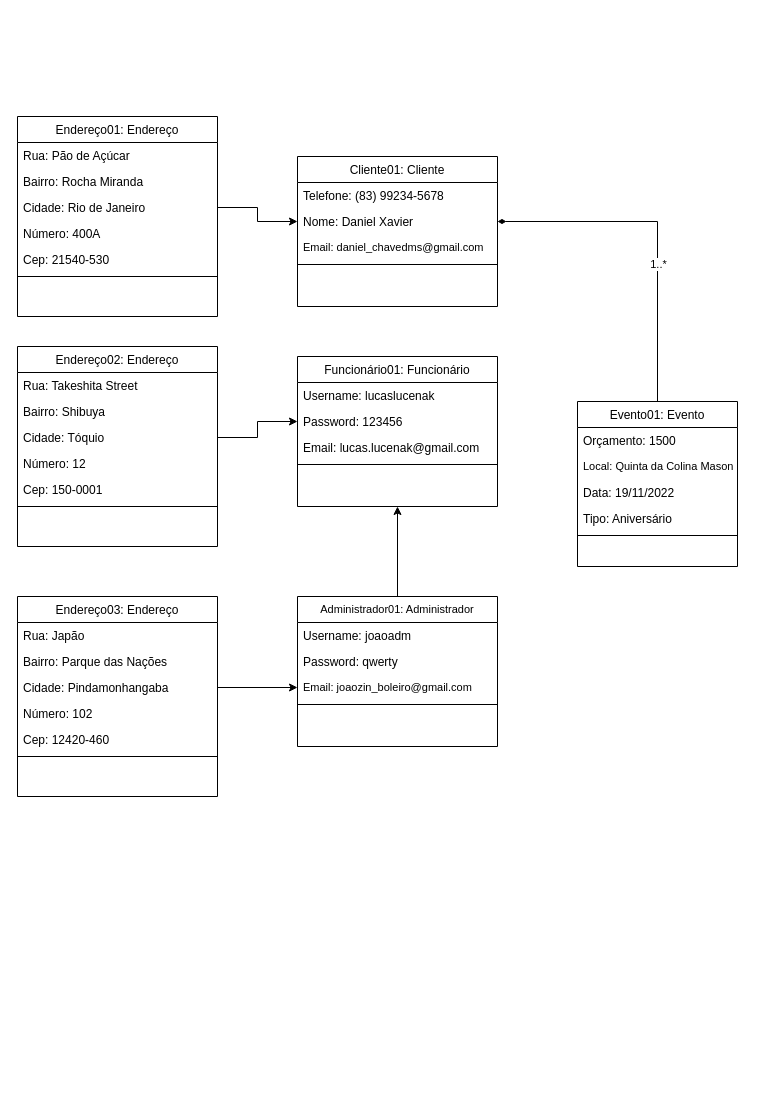
Above: 4° Período/Análise e Projeto de Sistemas (Janderson)/Atividade 02/Diagrama de Objetos (Buffet LuDa).drawio in lucaslucenak/cc-UEPB (draw.io), before the change. Source tidied: cells renumbered, new cells numbered last; positions are measured from the earlier drawing's top-left corner, leaving out a move shared by most shapes. Both pictures are drawn from the tidied source at 100%, with x=0, y=0 at pixel (17, 116).
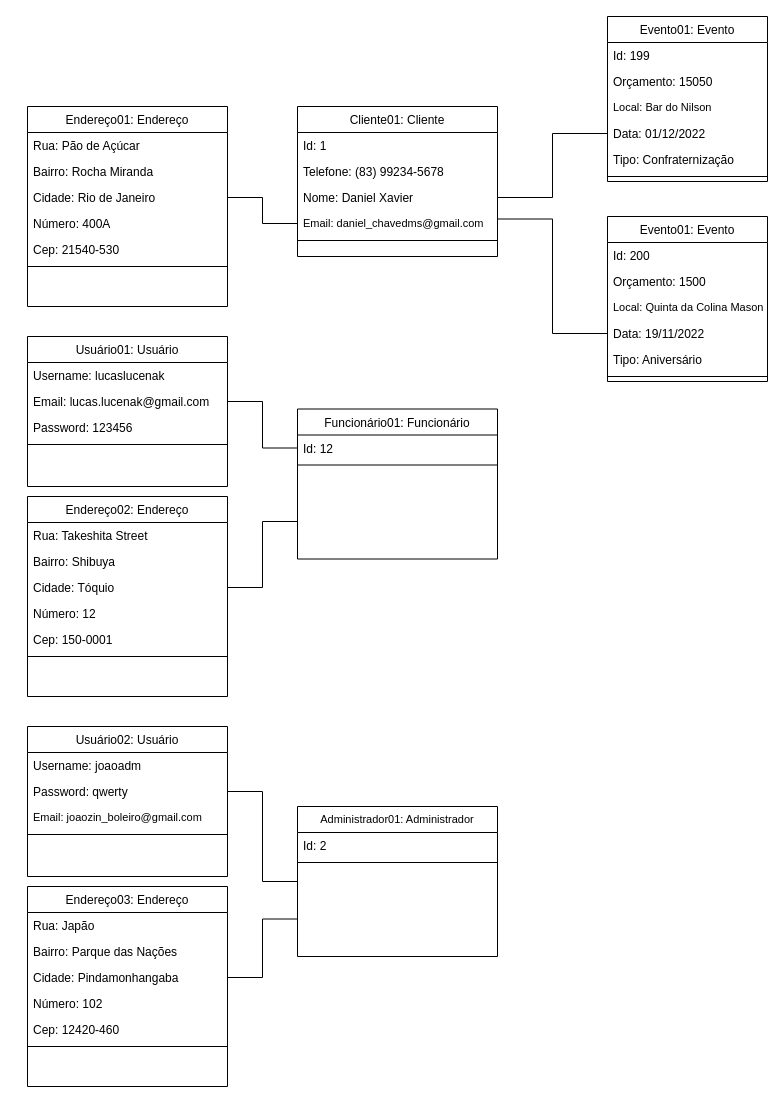
The same diagram, later.

The change refers to these unchanged cells:
```xml
<mxCell id="29" value="Cidade: Tóquio" style="text;align=left;verticalAlign=top;spacingLeft=4;spacingRight=4;overflow=hidden;points=[[0,0.5],[1,0.5]];portConstraint=eastwest;rounded=0;shadow=0;html=0;" parent="26" vertex="1">
  <mxGeometry y="78" width="200" height="26" as="geometry" />
</mxCell>
<mxCell id="36" value="Cidade: Pindamonhangaba" style="text;align=left;verticalAlign=top;spacingLeft=4;spacingRight=4;overflow=hidden;points=[[0,0.5],[1,0.5]];portConstraint=eastwest;rounded=0;shadow=0;html=0;" parent="33" vertex="1">
  <mxGeometry y="78" width="200" height="26" as="geometry" />
</mxCell>
<mxCell id="43" value="Cidade: Rio de Janeiro" style="text;align=left;verticalAlign=top;spacingLeft=4;spacingRight=4;overflow=hidden;points=[[0,0.5],[1,0.5]];portConstraint=eastwest;rounded=0;shadow=0;html=0;" parent="40" vertex="1">
  <mxGeometry y="78" width="200" height="26" as="geometry" />
</mxCell>
```

What changed in the source:
```diff
@@
     <mxCell id="2" value="Cliente01: Cliente" style="swimlane;fontStyle=0;align=center;verticalAlign=top;horizontal=1;startSize=26;rounded=0;shadow=0;strokeWidth=1;" parent="1" vertex="1">
-      <mxGeometry x="280" y="40" width="200" height="150" as="geometry" />
+      <mxGeometry x="280" y="-10" width="200" height="150" as="geometry" />
     </mxCell>
+    <mxCell id="50" value="Id: 1" style="text;align=left;verticalAlign=top;spacingLeft=4;spacingRight=4;overflow=hidden;rounded=0;shadow=0;html=0;" parent="2" vertex="1">
+      <mxGeometry y="26" width="200" height="26" as="geometry" />
+    </mxCell>
     <mxCell id="3" value="Telefone: (83) 99234-5678" style="text;align=left;verticalAlign=top;spacingLeft=4;spacingRight=4;overflow=hidden;rounded=0;shadow=0;html=0;" parent="2" vertex="1">
-      <mxGeometry y="26" width="200" height="26" as="geometry" />
+      <mxGeometry y="52" width="200" height="26" as="geometry" />
     </mxCell>
     <mxCell id="4" value="Nome: Daniel Xavier" style="text;align=left;verticalAlign=top;spacingLeft=4;spacingRight=4;overflow=hidden;points=[[0,0.5],[1,0.5]];portConstraint=eastwest;" parent="2" vertex="1">
-      <mxGeometry y="52" width="200" height="26" as="geometry" />
+      <mxGeometry y="78" width="200" height="26" as="geometry" />
     </mxCell>
     <mxCell id="5" value="Email: daniel_chavedms@gmail.com" style="text;align=left;verticalAlign=top;spacingLeft=4;spacingRight=4;overflow=hidden;points=[[0,0.5],[1,0.5]];portConstraint=eastwest;rounded=0;shadow=0;html=0;fontSize=11;" parent="2" vertex="1">
-      <mxGeometry y="78" width="200" height="26" as="geometry" />
+      <mxGeometry y="104" width="200" height="26" as="geometry" />
     </mxCell>
     <mxCell id="6" style="line;html=1;strokeWidth=1;align=left;verticalAlign=middle;spacingTop=-1;spacingLeft=3;spacingRight=3;labelPosition=right;" parent="2" vertex="1">
-      <mxGeometry y="104" width="200" height="8" as="geometry" />
+      <mxGeometry y="130" width="200" height="8" as="geometry" />
     </mxCell>
+    <mxCell id="51" style="edgeStyle=orthogonalEdgeStyle;rounded=0;jettySize=auto;html=1;exitX=0;exitY=0.75;exitDx=0;exitDy=0;entryX=1;entryY=0.5;entryDx=0;entryDy=0;endArrow=none;endFill=0;" parent="1" edge="1" source="7" target="29">
+      <mxGeometry relative="1" as="geometry" />
+    </mxCell>
     <mxCell id="7" value="Funcionário01: Funcionário" style="swimlane;fontStyle=0;align=center;verticalAlign=top;horizontal=1;startSize=26;rounded=0;shadow=0;strokeWidth=1;" parent="1" vertex="1">
-      <mxGeometry x="280" y="240" width="200" height="150" as="geometry" />
+      <mxGeometry x="280" y="292.5" width="200" height="150" as="geometry" />
     </mxCell>
-    <mxCell id="8" value="Username: lucaslucenak" style="text;align=left;verticalAlign=top;spacingLeft=4;spacingRight=4;overflow=hidden;" parent="7" vertex="1">
-      <mxGeometry y="26" width="200" height="26" as="geometry" />
-    </mxCell>
-    <mxCell id="9" value="Password: 123456" style="text;align=left;verticalAlign=top;spacingLeft=4;spacingRight=4;overflow=hidden;points=[[0,0.5],[1,0.5]];portConstraint=eastwest;rounded=0;shadow=0;html=0;" parent="7" vertex="1">
-      <mxGeometry y="52" width="200" height="26" as="geometry" />
-    </mxCell>
-    <mxCell id="10" value="Email: lucas.lucenak@gmail.com" style="text;align=left;verticalAlign=top;spacingLeft=4;spacingRight=4;overflow=hidden;points=[[0,0.5],[1,0.5]];portConstraint=eastwest;rounded=0;shadow=0;html=0;" parent="7" vertex="1">
-      <mxGeometry y="78" width="200" height="26" as="geometry" />
-    </mxCell>
+    <mxCell id="52" value="Id: 12" style="text;align=left;verticalAlign=top;spacingLeft=4;spacingRight=4;overflow=hidden;points=[[0,0.5],[1,0.5]];portConstraint=eastwest;" parent="7" vertex="1">
+      <mxGeometry y="26" width="200" height="26" as="geometry" />
+    </mxCell>
     <mxCell id="11" style="line;html=1;strokeWidth=1;align=left;verticalAlign=middle;spacingTop=-1;spacingLeft=3;spacingRight=3;labelPosition=right;" parent="7" vertex="1">
-      <mxGeometry y="104" width="200" height="8" as="geometry" />
+      <mxGeometry y="52" width="200" height="8" as="geometry" />
     </mxCell>
-    <mxCell id="12" style="edgeStyle=orthogonalEdgeStyle;rounded=0;jettySize=auto;html=1;exitX=0.5;exitY=0;exitDx=0;exitDy=0;entryX=1;entryY=0.5;entryDx=0;entryDy=0;fontSize=11;endArrow=diamondThin;endFill=1;" parent="1" edge="1" source="14" target="4">
-      <mxGeometry relative="1" as="geometry" />
-    </mxCell>
-    <mxCell id="13" value="1..*" style="edgeLabel;html=1;align=center;verticalAlign=middle;fontSize=11;" parent="12" vertex="1">
-      <mxGeometry x="-0.19" relative="1" as="geometry" />
-    </mxCell>
     <mxCell id="14" value="Evento01: Evento" style="swimlane;fontStyle=0;align=center;verticalAlign=top;horizontal=1;startSize=26;rounded=0;shadow=0;strokeWidth=1;" parent="1" vertex="1">
-      <mxGeometry x="560" y="285" width="160" height="165" as="geometry" />
+      <mxGeometry x="590" y="100" width="160" height="165" as="geometry" />
     </mxCell>
+    <mxCell id="53" value="Id: 200" style="text;align=left;verticalAlign=top;spacingLeft=4;spacingRight=4;overflow=hidden;rounded=0;shadow=0;html=0;" parent="14" vertex="1">
+      <mxGeometry y="26" width="160" height="26" as="geometry" />
+    </mxCell>
     <mxCell id="15" value="Orçamento: 1500" style="text;align=left;verticalAlign=top;spacingLeft=4;spacingRight=4;overflow=hidden;" parent="14" vertex="1">
-      <mxGeometry y="26" width="160" height="26" as="geometry" />
+      <mxGeometry y="52" width="160" height="26" as="geometry" />
     </mxCell>
     <mxCell id="16" value="Local: Quinta da Colina Mason" style="text;align=left;verticalAlign=top;spacingLeft=4;spacingRight=4;overflow=hidden;rounded=0;shadow=0;html=0;fontSize=11;" parent="14" vertex="1">
-      <mxGeometry y="52" width="160" height="26" as="geometry" />
+      <mxGeometry y="78" width="160" height="26" as="geometry" />
     </mxCell>
     <mxCell id="17" value="Data: 19/11/2022" style="text;align=left;verticalAlign=top;spacingLeft=4;spacingRight=4;overflow=hidden;points=[[0,0.5],[1,0.5]];portConstraint=eastwest;rounded=0;shadow=0;html=0;" parent="14" vertex="1">
-      <mxGeometry y="78" width="160" height="26" as="geometry" />
+      <mxGeometry y="104" width="160" height="26" as="geometry" />
     </mxCell>
     <mxCell id="18" value="Tipo: Aniversário" style="text;align=left;verticalAlign=top;spacingLeft=4;spacingRight=4;overflow=hidden;rounded=0;shadow=0;html=0;" parent="14" vertex="1">
-      <mxGeometry y="104" width="160" height="26" as="geometry" />
+      <mxGeometry y="130" width="160" height="26" as="geometry" />
     </mxCell>
     <mxCell id="19" style="line;html=1;strokeWidth=1;align=left;verticalAlign=middle;spacingTop=-1;spacingLeft=3;spacingRight=3;labelPosition=right;" parent="14" vertex="1">
-      <mxGeometry y="130" width="160" height="8" as="geometry" />
+      <mxGeometry y="156" width="160" height="8" as="geometry" />
     </mxCell>
-    <mxCell id="20" style="edgeStyle=orthogonalEdgeStyle;rounded=0;jettySize=auto;html=1;exitX=0.5;exitY=0;exitDx=0;exitDy=0;fontSize=11;entryX=0.5;entryY=1;entryDx=0;entryDy=0;" parent="1" edge="1" source="21" target="7">
-      <mxGeometry relative="1" as="geometry" />
-    </mxCell>
+    <mxCell id="54" style="edgeStyle=orthogonalEdgeStyle;rounded=0;jettySize=auto;html=1;exitX=0;exitY=0.75;exitDx=0;exitDy=0;entryX=1;entryY=0.5;entryDx=0;entryDy=0;endArrow=none;endFill=0;" parent="1" edge="1" source="21" target="36">
+      <mxGeometry relative="1" as="geometry" />
+    </mxCell>
+    <mxCell id="55" style="edgeStyle=orthogonalEdgeStyle;rounded=0;jettySize=auto;html=1;exitX=0;exitY=0.5;exitDx=0;exitDy=0;entryX=1;entryY=0.5;entryDx=0;entryDy=0;endArrow=none;endFill=0;" parent="1" edge="1" source="21" target="23">
+      <mxGeometry relative="1" as="geometry" />
+    </mxCell>
     <mxCell id="21" value="Administrador01: Administrador" style="swimlane;fontStyle=0;align=center;verticalAlign=top;horizontal=1;startSize=26;rounded=0;shadow=0;strokeWidth=1;fontSize=11;" parent="1" vertex="1">
-      <mxGeometry x="280" y="480" width="200" height="150" as="geometry" />
+      <mxGeometry x="280" y="690" width="200" height="150" as="geometry" />
     </mxCell>
-    <mxCell id="22" value="Username: joaoadm" style="text;align=left;verticalAlign=top;spacingLeft=4;spacingRight=4;overflow=hidden;rounded=0;shadow=0;html=0;" parent="21" vertex="1">
-      <mxGeometry y="26" width="200" height="26" as="geometry" />
-    </mxCell>
-    <mxCell id="23" value="Password: qwerty" style="text;align=left;verticalAlign=top;spacingLeft=4;spacingRight=4;overflow=hidden;points=[[0,0.5],[1,0.5]];portConstraint=eastwest;" parent="21" vertex="1">
-      <mxGeometry y="52" width="200" height="26" as="geometry" />
-    </mxCell>
-    <mxCell id="24" value="Email: joaozin_boleiro@gmail.com" style="text;align=left;verticalAlign=top;spacingLeft=4;spacingRight=4;overflow=hidden;points=[[0,0.5],[1,0.5]];portConstraint=eastwest;rounded=0;shadow=0;html=0;fontSize=11;" parent="21" vertex="1">
-      <mxGeometry y="78" width="200" height="26" as="geometry" />
-    </mxCell>
+    <mxCell id="56" value="Id: 2" style="text;align=left;verticalAlign=top;spacingLeft=4;spacingRight=4;overflow=hidden;" parent="21" vertex="1">
+      <mxGeometry y="26" width="200" height="26" as="geometry" />
+    </mxCell>
     <mxCell id="25" style="line;html=1;strokeWidth=1;align=left;verticalAlign=middle;spacingTop=-1;spacingLeft=3;spacingRight=3;labelPosition=right;" parent="21" vertex="1">
-      <mxGeometry y="104" width="200" height="8" as="geometry" />
+      <mxGeometry y="52" width="200" height="8" as="geometry" />
     </mxCell>
     <mxCell id="26" value="Endereço02: Endereço" style="swimlane;fontStyle=0;align=center;verticalAlign=top;horizontal=1;startSize=26;rounded=0;shadow=0;strokeWidth=1;" parent="1" vertex="1">
-      <mxGeometry y="230" width="200" height="200" as="geometry" />
+      <mxGeometry x="10" y="380" width="200" height="200" as="geometry" />
     </mxCell>
@@
     <mxCell id="33" value="Endereço03: Endereço" style="swimlane;fontStyle=0;align=center;verticalAlign=top;horizontal=1;startSize=26;rounded=0;shadow=0;strokeWidth=1;" parent="1" vertex="1">
-      <mxGeometry y="480" width="200" height="200" as="geometry" />
+      <mxGeometry x="10" y="770" width="200" height="200" as="geometry" />
     </mxCell>
@@
     <mxCell id="40" value="Endereço01: Endereço" style="swimlane;fontStyle=0;align=center;verticalAlign=top;horizontal=1;startSize=26;rounded=0;shadow=0;strokeWidth=1;" parent="1" vertex="1">
-      <mxGeometry width="200" height="200" as="geometry" />
+      <mxGeometry x="10" y="-10" width="200" height="200" as="geometry" />
     </mxCell>
@@
-    <mxCell id="47" style="edgeStyle=orthogonalEdgeStyle;rounded=0;jettySize=auto;html=1;exitX=1;exitY=0.5;exitDx=0;exitDy=0;entryX=0;entryY=0.5;entryDx=0;entryDy=0;fontSize=11;" parent="1" edge="1" source="36" target="24">
-      <mxGeometry relative="1" as="geometry" />
-    </mxCell>
-    <mxCell id="48" style="edgeStyle=orthogonalEdgeStyle;rounded=0;jettySize=auto;html=1;exitX=1;exitY=0.5;exitDx=0;exitDy=0;entryX=0;entryY=0.5;entryDx=0;entryDy=0;fontSize=11;" parent="1" edge="1" source="29" target="9">
-      <mxGeometry relative="1" as="geometry" />
-    </mxCell>
-    <mxCell id="49" style="edgeStyle=orthogonalEdgeStyle;rounded=0;jettySize=auto;html=1;exitX=1;exitY=0.5;exitDx=0;exitDy=0;entryX=0;entryY=0.5;entryDx=0;entryDy=0;fontSize=11;" parent="1" edge="1" source="43" target="4">
+    <mxCell id="49" style="edgeStyle=orthogonalEdgeStyle;rounded=0;jettySize=auto;html=1;exitX=1;exitY=0.5;exitDx=0;exitDy=0;entryX=0;entryY=0.5;entryDx=0;entryDy=0;fontSize=11;endArrow=none;endFill=0;" parent="1" edge="1" source="43" target="5">
       <mxGeometry relative="1" as="geometry" />
     </mxCell>
+    <mxCell id="57" value="Usuário01: Usuário" style="swimlane;fontStyle=0;align=center;verticalAlign=top;horizontal=1;startSize=26;rounded=0;shadow=0;strokeWidth=1;" parent="1" vertex="1">
+      <mxGeometry x="10" y="220" width="200" height="150" as="geometry" />
+    </mxCell>
+    <mxCell id="8" value="Username: lucaslucenak" style="text;align=left;verticalAlign=top;spacingLeft=4;spacingRight=4;overflow=hidden;" parent="57" vertex="1">
+      <mxGeometry y="26" width="200" height="26" as="geometry" />
+    </mxCell>
+    <mxCell id="10" value="Email: lucas.lucenak@gmail.com" style="text;align=left;verticalAlign=top;spacingLeft=4;spacingRight=4;overflow=hidden;points=[[0,0.5],[1,0.5]];portConstraint=eastwest;rounded=0;shadow=0;html=0;" parent="57" vertex="1">
+      <mxGeometry y="52" width="200" height="26" as="geometry" />
+    </mxCell>
+    <mxCell id="9" value="Password: 123456" style="text;align=left;verticalAlign=top;spacingLeft=4;spacingRight=4;overflow=hidden;points=[[0,0.5],[1,0.5]];portConstraint=eastwest;rounded=0;shadow=0;html=0;" parent="57" vertex="1">
+      <mxGeometry y="78" width="200" height="26" as="geometry" />
+    </mxCell>
+    <mxCell id="58" style="line;html=1;strokeWidth=1;align=left;verticalAlign=middle;spacingTop=-1;spacingLeft=3;spacingRight=3;labelPosition=right;" parent="57" vertex="1">
+      <mxGeometry y="104" width="200" height="8" as="geometry" />
+    </mxCell>
+    <mxCell id="59" value="Usuário02: Usuário" style="swimlane;fontStyle=0;align=center;verticalAlign=top;horizontal=1;startSize=26;rounded=0;shadow=0;strokeWidth=1;" parent="1" vertex="1">
+      <mxGeometry x="10" y="610" width="200" height="150" as="geometry" />
+    </mxCell>
+    <mxCell id="22" value="Username: joaoadm" style="text;align=left;verticalAlign=top;spacingLeft=4;spacingRight=4;overflow=hidden;rounded=0;shadow=0;html=0;" parent="59" vertex="1">
+      <mxGeometry y="26" width="200" height="26" as="geometry" />
+    </mxCell>
+    <mxCell id="23" value="Password: qwerty" style="text;align=left;verticalAlign=top;spacingLeft=4;spacingRight=4;overflow=hidden;points=[[0,0.5],[1,0.5]];portConstraint=eastwest;" parent="59" vertex="1">
+      <mxGeometry y="52" width="200" height="26" as="geometry" />
+    </mxCell>
+    <mxCell id="24" value="Email: joaozin_boleiro@gmail.com" style="text;align=left;verticalAlign=top;spacingLeft=4;spacingRight=4;overflow=hidden;points=[[0,0.5],[1,0.5]];portConstraint=eastwest;rounded=0;shadow=0;html=0;fontSize=11;" parent="59" vertex="1">
+      <mxGeometry y="78" width="200" height="26" as="geometry" />
+    </mxCell>
+    <mxCell id="60" style="line;html=1;strokeWidth=1;align=left;verticalAlign=middle;spacingTop=-1;spacingLeft=3;spacingRight=3;labelPosition=right;" parent="59" vertex="1">
+      <mxGeometry y="104" width="200" height="8" as="geometry" />
+    </mxCell>
+    <mxCell id="61" style="edgeStyle=orthogonalEdgeStyle;rounded=0;jettySize=auto;html=1;exitX=0;exitY=0.5;exitDx=0;exitDy=0;entryX=1;entryY=0.5;entryDx=0;entryDy=0;endArrow=none;endFill=0;" parent="1" edge="1" source="52" target="10">
+      <mxGeometry relative="1" as="geometry" />
+    </mxCell>
+    <mxCell id="62" style="edgeStyle=orthogonalEdgeStyle;rounded=0;jettySize=auto;html=1;exitX=1;exitY=0.75;exitDx=0;exitDy=0;entryX=0;entryY=0.5;entryDx=0;entryDy=0;endArrow=none;endFill=0;" parent="1" edge="1" source="2" target="17">
+      <mxGeometry relative="1" as="geometry" />
+    </mxCell>
+    <mxCell id="63" value="Evento01: Evento" style="swimlane;fontStyle=0;align=center;verticalAlign=top;horizontal=1;startSize=26;rounded=0;shadow=0;strokeWidth=1;" parent="1" vertex="1">
+      <mxGeometry x="590" y="-100" width="160" height="165" as="geometry" />
+    </mxCell>
+    <mxCell id="64" value="Id: 199" style="text;align=left;verticalAlign=top;spacingLeft=4;spacingRight=4;overflow=hidden;rounded=0;shadow=0;html=0;" parent="63" vertex="1">
+      <mxGeometry y="26" width="160" height="26" as="geometry" />
+    </mxCell>
+    <mxCell id="65" value="Orçamento: 15050" style="text;align=left;verticalAlign=top;spacingLeft=4;spacingRight=4;overflow=hidden;" parent="63" vertex="1">
+      <mxGeometry y="52" width="160" height="26" as="geometry" />
+    </mxCell>
+    <mxCell id="66" value="Local: Bar do Nilson" style="text;align=left;verticalAlign=top;spacingLeft=4;spacingRight=4;overflow=hidden;rounded=0;shadow=0;html=0;fontSize=11;" parent="63" vertex="1">
+      <mxGeometry y="78" width="160" height="26" as="geometry" />
+    </mxCell>
+    <mxCell id="67" value="Data: 01/12/2022" style="text;align=left;verticalAlign=top;spacingLeft=4;spacingRight=4;overflow=hidden;points=[[0,0.5],[1,0.5]];portConstraint=eastwest;rounded=0;shadow=0;html=0;" parent="63" vertex="1">
+      <mxGeometry y="104" width="160" height="26" as="geometry" />
+    </mxCell>
+    <mxCell id="68" value="Tipo: Confraternização" style="text;align=left;verticalAlign=top;spacingLeft=4;spacingRight=4;overflow=hidden;rounded=0;shadow=0;html=0;" parent="63" vertex="1">
+      <mxGeometry y="130" width="160" height="26" as="geometry" />
+    </mxCell>
+    <mxCell id="69" style="line;html=1;strokeWidth=1;align=left;verticalAlign=middle;spacingTop=-1;spacingLeft=3;spacingRight=3;labelPosition=right;" parent="63" vertex="1">
+      <mxGeometry y="156" width="160" height="8" as="geometry" />
+    </mxCell>
+    <mxCell id="70" style="edgeStyle=orthogonalEdgeStyle;rounded=0;jettySize=auto;html=1;exitX=0;exitY=0.5;exitDx=0;exitDy=0;entryX=1;entryY=0.5;entryDx=0;entryDy=0;endArrow=none;endFill=0;" parent="1" edge="1" source="67" target="4">
+      <mxGeometry relative="1" as="geometry" />
+    </mxCell>
```
